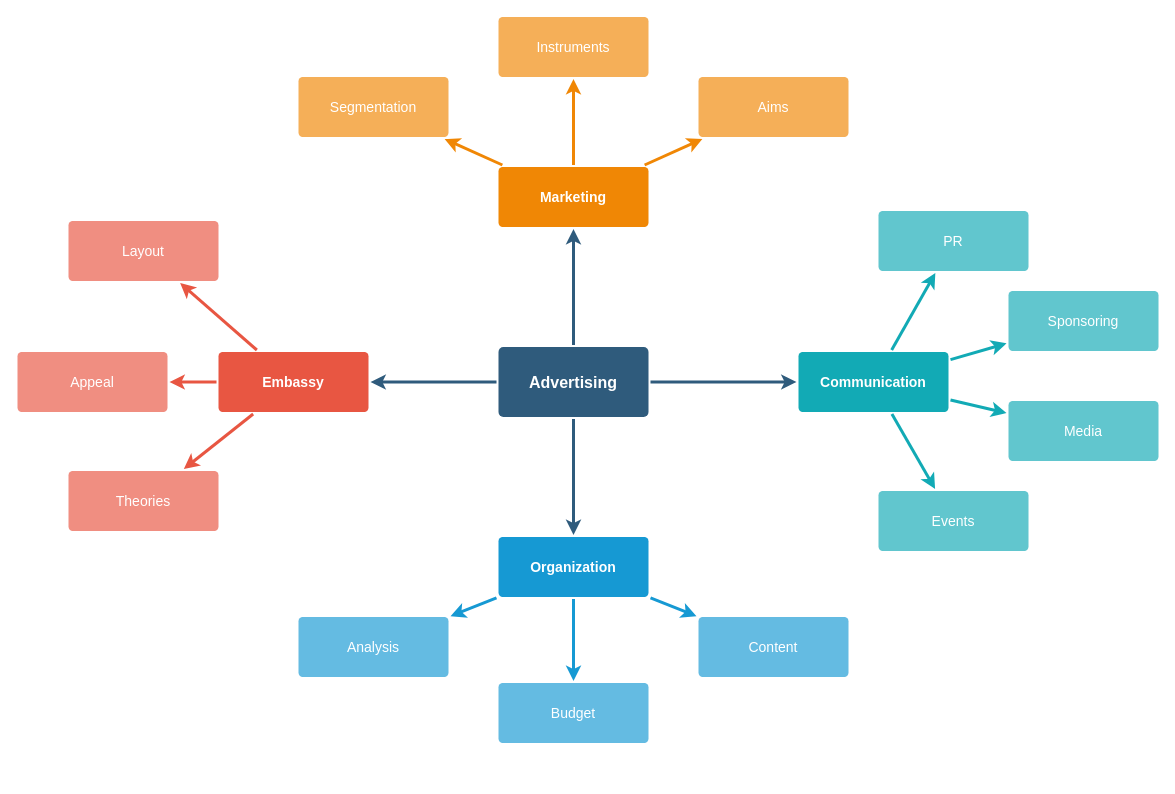
Earlier version of the draw.io diagram Mapa-conceptual.drawio (antelero/emd). Source tidied: cells renumbered, new cells numbered last; positions are measured from the earlier drawing's top-left corner, leaving out a move shared by most shapes. Both pictures are drawn from the tidied source at 100%, with x=0, y=0 at pixel (17, 16).
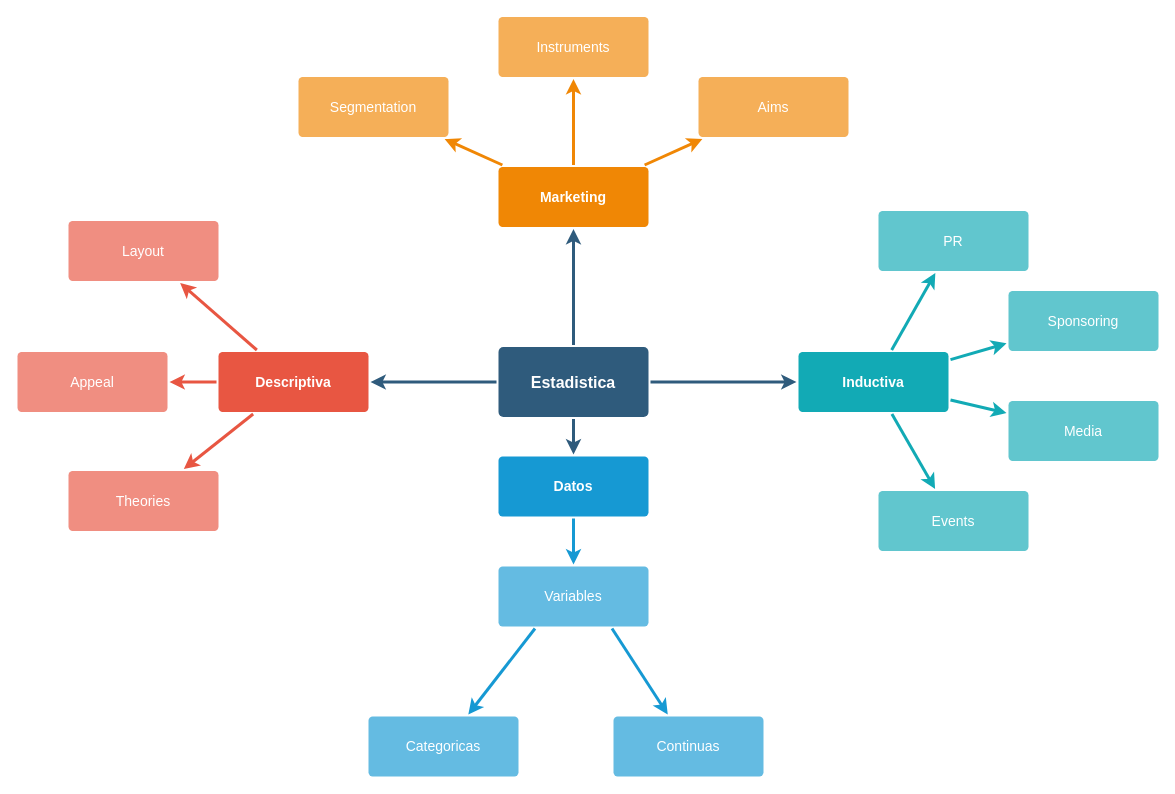
Above is the later version.

Change to the diagram source:
```diff
@@
-    <mxCell id="6" value="Advertising" style="rounded=1;whiteSpace=wrap;html=1;shadow=0;labelBackgroundColor=none;strokeColor=none;strokeWidth=3;fillColor=#2F5B7C;fontFamily=Helvetica;fontSize=16;fontColor=#FFFFFF;align=center;fontStyle=1;spacing=5;arcSize=7;perimeterSpacing=2;" parent="1" vertex="1">
+    <mxCell id="6" value="Estadistica" style="rounded=1;whiteSpace=wrap;html=1;shadow=0;labelBackgroundColor=none;strokeColor=none;strokeWidth=3;fillColor=#2F5B7C;fontFamily=Helvetica;fontSize=16;fontColor=#FFFFFF;align=center;fontStyle=1;spacing=5;arcSize=7;perimeterSpacing=2;" parent="1" vertex="1">
       <mxGeometry x="481" y="330.5" width="150" height="70" as="geometry" />
     </mxCell>
@@
-    <mxCell id="10" value="Embassy" style="rounded=1;whiteSpace=wrap;html=1;shadow=0;labelBackgroundColor=none;strokeColor=none;strokeWidth=3;fillColor=#e85642;fontFamily=Helvetica;fontSize=14;fontColor=#FFFFFF;align=center;spacing=5;fontStyle=1;arcSize=7;perimeterSpacing=2;" parent="1" vertex="1">
+    <mxCell id="10" value="Descriptiva" style="rounded=1;whiteSpace=wrap;html=1;shadow=0;labelBackgroundColor=none;strokeColor=none;strokeWidth=3;fillColor=#e85642;fontFamily=Helvetica;fontSize=14;fontColor=#FFFFFF;align=center;spacing=5;fontStyle=1;arcSize=7;perimeterSpacing=2;" parent="1" vertex="1">
       <mxGeometry x="201" y="335.5" width="150" height="60" as="geometry" />
     </mxCell>
@@
-    <mxCell id="14" style="edgeStyle=none;rounded=0;jumpStyle=none;html=1;shadow=0;labelBackgroundColor=none;startArrow=none;startFill=0;endArrow=classic;endFill=1;jettySize=auto;strokeColor=#1699D3;strokeWidth=3;fontFamily=Helvetica;fontSize=14;fontColor=#FFFFFF;spacing=5;" parent="1" edge="1" source="17" target="20">
+    <mxCell id="14" style="edgeStyle=none;rounded=0;jumpStyle=none;html=1;shadow=0;labelBackgroundColor=none;startArrow=none;startFill=0;endArrow=classic;endFill=1;jettySize=auto;strokeColor=#1699D3;strokeWidth=3;fontFamily=Helvetica;fontSize=14;fontColor=#FFFFFF;spacing=5;exitX=0.25;exitY=1;exitDx=0;exitDy=0;" parent="1" edge="1" source="19" target="20">
       <mxGeometry relative="1" as="geometry" />
     </mxCell>
@@
-    <mxCell id="16" style="edgeStyle=none;rounded=0;jumpStyle=none;html=1;shadow=0;labelBackgroundColor=none;startArrow=none;startFill=0;endArrow=classic;endFill=1;jettySize=auto;strokeColor=#1699D3;strokeWidth=3;fontFamily=Helvetica;fontSize=14;fontColor=#FFFFFF;spacing=5;" parent="1" edge="1" source="17" target="18">
+    <mxCell id="16" style="edgeStyle=none;rounded=0;jumpStyle=none;html=1;shadow=0;labelBackgroundColor=none;startArrow=none;startFill=0;endArrow=classic;endFill=1;jettySize=auto;strokeColor=#1699D3;strokeWidth=3;fontFamily=Helvetica;fontSize=14;fontColor=#FFFFFF;spacing=5;exitX=0.75;exitY=1;exitDx=0;exitDy=0;" parent="1" edge="1" source="19" target="18">
       <mxGeometry relative="1" as="geometry" />
     </mxCell>
-    <mxCell id="17" value="Organization" style="rounded=1;whiteSpace=wrap;html=1;shadow=0;labelBackgroundColor=none;strokeColor=none;strokeWidth=3;fillColor=#1699d3;fontFamily=Helvetica;fontSize=14;fontColor=#FFFFFF;align=center;spacing=5;fontStyle=1;arcSize=7;perimeterSpacing=2;" parent="1" vertex="1">
-      <mxGeometry x="481" y="520.5" width="150" height="60" as="geometry" />
+    <mxCell id="17" value="Datos" style="rounded=1;whiteSpace=wrap;html=1;shadow=0;labelBackgroundColor=none;strokeColor=none;strokeWidth=3;fillColor=#1699d3;fontFamily=Helvetica;fontSize=14;fontColor=#FFFFFF;align=center;spacing=5;fontStyle=1;arcSize=7;perimeterSpacing=2;" parent="1" vertex="1">
+      <mxGeometry x="481" y="440" width="150" height="60" as="geometry" />
     </mxCell>
-    <mxCell id="18" value="Content" style="rounded=1;whiteSpace=wrap;html=1;shadow=0;labelBackgroundColor=none;strokeColor=none;strokeWidth=3;fillColor=#64bbe2;fontFamily=Helvetica;fontSize=14;fontColor=#FFFFFF;align=center;spacing=5;arcSize=7;perimeterSpacing=2;" parent="1" vertex="1">
-      <mxGeometry x="681" y="600.5" width="150" height="60" as="geometry" />
+    <mxCell id="18" value="Continuas" style="rounded=1;whiteSpace=wrap;html=1;shadow=0;labelBackgroundColor=none;strokeColor=none;strokeWidth=3;fillColor=#64bbe2;fontFamily=Helvetica;fontSize=14;fontColor=#FFFFFF;align=center;spacing=5;arcSize=7;perimeterSpacing=2;" parent="1" vertex="1">
+      <mxGeometry x="596" y="700" width="150" height="60" as="geometry" />
     </mxCell>
-    <mxCell id="19" value="Budget" style="rounded=1;whiteSpace=wrap;html=1;shadow=0;labelBackgroundColor=none;strokeColor=none;strokeWidth=3;fillColor=#64bbe2;fontFamily=Helvetica;fontSize=14;fontColor=#FFFFFF;align=center;spacing=5;arcSize=7;perimeterSpacing=2;" parent="1" vertex="1">
-      <mxGeometry x="481" y="666.5" width="150" height="60" as="geometry" />
+    <mxCell id="19" value="Variables" style="rounded=1;whiteSpace=wrap;html=1;shadow=0;labelBackgroundColor=none;strokeColor=none;strokeWidth=3;fillColor=#64bbe2;fontFamily=Helvetica;fontSize=14;fontColor=#FFFFFF;align=center;spacing=5;arcSize=7;perimeterSpacing=2;" parent="1" vertex="1">
+      <mxGeometry x="481" y="550" width="150" height="60" as="geometry" />
     </mxCell>
-    <mxCell id="20" value="Analysis" style="rounded=1;whiteSpace=wrap;html=1;shadow=0;labelBackgroundColor=none;strokeColor=none;strokeWidth=3;fillColor=#64bbe2;fontFamily=Helvetica;fontSize=14;fontColor=#FFFFFF;align=center;spacing=5;arcSize=7;perimeterSpacing=2;" parent="1" vertex="1">
-      <mxGeometry x="281" y="600.5" width="150" height="60" as="geometry" />
+    <mxCell id="20" value="Categoricas" style="rounded=1;whiteSpace=wrap;html=1;shadow=0;labelBackgroundColor=none;strokeColor=none;strokeWidth=3;fillColor=#64bbe2;fontFamily=Helvetica;fontSize=14;fontColor=#FFFFFF;align=center;spacing=5;arcSize=7;perimeterSpacing=2;direction=west;" parent="1" vertex="1">
+      <mxGeometry x="351" y="700" width="150" height="60" as="geometry" />
     </mxCell>
@@
-    <mxCell id="28" value="Communication" style="rounded=1;whiteSpace=wrap;html=1;shadow=0;labelBackgroundColor=none;strokeColor=none;strokeWidth=3;fillColor=#12aab5;fontFamily=Helvetica;fontSize=14;fontColor=#FFFFFF;align=center;spacing=5;fontStyle=1;arcSize=7;perimeterSpacing=2;" parent="1" vertex="1">
+    <mxCell id="28" value="Inductiva" style="rounded=1;whiteSpace=wrap;html=1;shadow=0;labelBackgroundColor=none;strokeColor=none;strokeWidth=3;fillColor=#12aab5;fontFamily=Helvetica;fontSize=14;fontColor=#FFFFFF;align=center;spacing=5;fontStyle=1;arcSize=7;perimeterSpacing=2;" parent="1" vertex="1">
       <mxGeometry x="781" y="335.5" width="150" height="60" as="geometry" />
     </mxCell>
```
